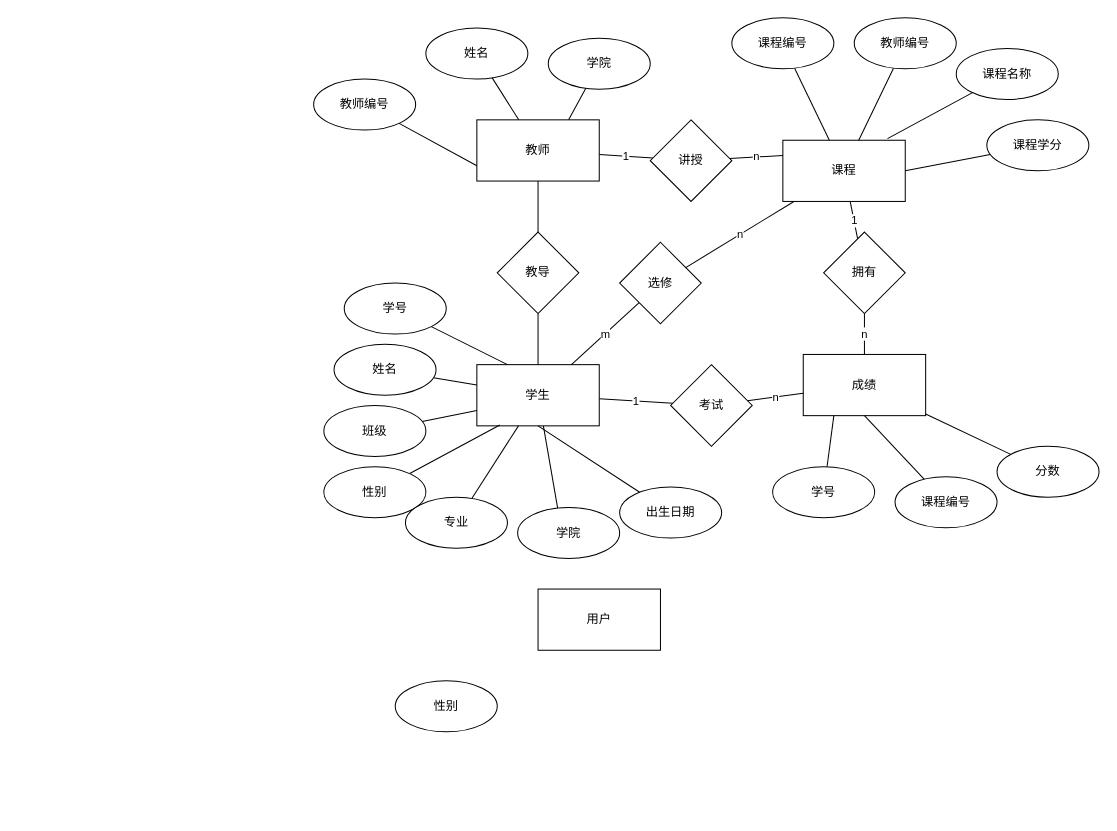
This is page "第 2 页" (2 of 5) of Untitled Diagram.drawio from liushili0319/sms-ssm, a draw.io file, before an edit. Source tidied: cells renumbered, new cells numbered last; positions are measured from the earlier drawing's top-left corner, leaving out a move shared by most shapes. Both pictures are drawn from the tidied source at 102%, with x=0, y=0 at pixel (313, 17).
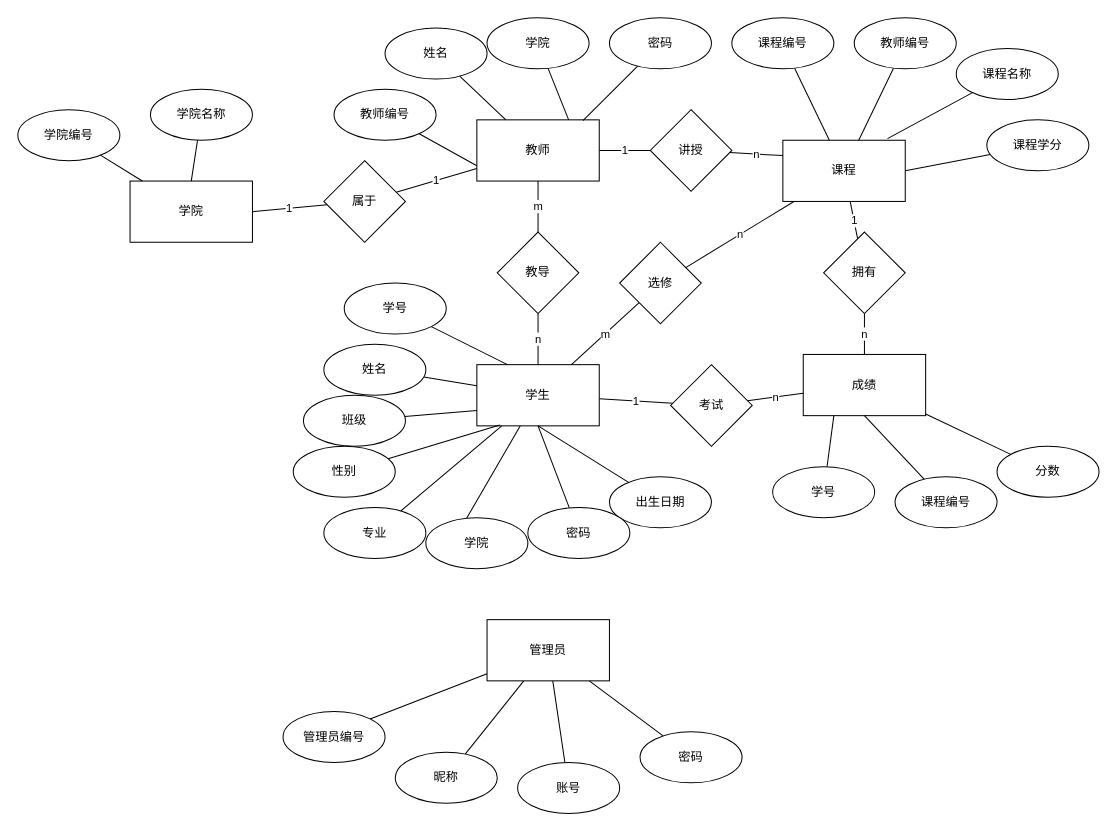
The same page after the edit.

The change refers to these unchanged cells:
```xml
<mxCell id="4" value="教师" style="rounded=0;whiteSpace=wrap;html=1;" parent="1" vertex="1">
  <mxGeometry x="160" y="100" width="120" height="60" as="geometry" />
</mxCell>
<mxCell id="10" value="学生" style="rounded=0;whiteSpace=wrap;html=1;" parent="1" vertex="1">
  <mxGeometry x="160" y="340" width="120" height="60" as="geometry" />
</mxCell>
<mxCell id="51" value="教导" style="rhombus;whiteSpace=wrap;html=1;" parent="1" vertex="1">
  <mxGeometry x="180" y="210" width="80" height="80" as="geometry" />
</mxCell>
```

The edit, as a diff of the source:
```diff
@@
-    <mxCell id="3" style="edgeStyle=none;rounded=0;jettySize=auto;html=1;entryX=0.5;entryY=0;entryDx=0;entryDy=0;endArrow=none;endFill=0;" parent="1" edge="1" source="4" target="51">
+    <mxCell id="3" value="m" style="edgeStyle=none;rounded=0;jettySize=auto;html=1;entryX=0.5;entryY=0;entryDx=0;entryDy=0;endArrow=none;endFill=0;" parent="1" edge="1" source="4" target="51">
       <mxGeometry relative="1" as="geometry" />
     </mxCell>
@@
+    <mxCell id="57" style="edgeStyle=none;rounded=0;jettySize=auto;html=1;entryX=1;entryY=0;entryDx=0;entryDy=0;endArrow=none;endFill=0;" parent="1" edge="1" source="12" target="45">
+      <mxGeometry relative="1" as="geometry" />
+    </mxCell>
+    <mxCell id="58" style="edgeStyle=none;rounded=0;jettySize=auto;html=1;endArrow=none;endFill=0;" parent="1" edge="1" source="12" target="63">
+      <mxGeometry relative="1" as="geometry" />
+    </mxCell>
+    <mxCell id="59" style="edgeStyle=none;rounded=0;jettySize=auto;html=1;endArrow=none;endFill=0;" parent="1" edge="1" source="12" target="61">
+      <mxGeometry relative="1" as="geometry" />
+    </mxCell>
+    <mxCell id="60" style="edgeStyle=none;rounded=0;jettySize=auto;html=1;entryX=0.226;entryY=0.08;entryDx=0;entryDy=0;entryPerimeter=0;endArrow=none;endFill=0;" parent="1" edge="1" source="12" target="62">
+      <mxGeometry relative="1" as="geometry" />
+    </mxCell>
-    <mxCell id="12" value="用户" style="rounded=0;whiteSpace=wrap;html=1;" parent="1" vertex="1">
-      <mxGeometry x="220" y="560" width="120" height="60" as="geometry" />
+    <mxCell id="12" value="管理员" style="rounded=0;whiteSpace=wrap;html=1;" parent="1" vertex="1">
+      <mxGeometry x="170" y="590" width="120" height="60" as="geometry" />
     </mxCell>
@@
     <mxCell id="14" value="教师编号" style="ellipse;whiteSpace=wrap;html=1;" parent="1" vertex="1">
-      <mxGeometry y="60" width="100" height="50" as="geometry" />
+      <mxGeometry x="20" y="70" width="100" height="50" as="geometry" />
     </mxCell>
@@
     <mxCell id="16" value="姓名" style="ellipse;whiteSpace=wrap;html=1;" parent="1" vertex="1">
-      <mxGeometry x="110" y="10" width="100" height="50" as="geometry" />
+      <mxGeometry x="70" y="10" width="100" height="50" as="geometry" />
     </mxCell>
@@
     <mxCell id="18" value="学院" style="ellipse;whiteSpace=wrap;html=1;" parent="1" vertex="1">
-      <mxGeometry x="230" y="20" width="100" height="50" as="geometry" />
+      <mxGeometry x="170" width="100" height="50" as="geometry" />
     </mxCell>
@@
     <mxCell id="30" value="姓名" style="ellipse;whiteSpace=wrap;html=1;" parent="1" vertex="1">
-      <mxGeometry x="20" y="320" width="100" height="50" as="geometry" />
+      <mxGeometry x="10" y="320" width="100" height="50" as="geometry" />
     </mxCell>
@@
     <mxCell id="32" value="班级" style="ellipse;whiteSpace=wrap;html=1;" parent="1" vertex="1">
-      <mxGeometry x="10" y="380" width="100" height="50" as="geometry" />
+      <mxGeometry x="-10" y="370" width="100" height="50" as="geometry" />
     </mxCell>
@@
     <mxCell id="34" value="性别" style="ellipse;whiteSpace=wrap;html=1;" parent="1" vertex="1">
-      <mxGeometry x="10" y="440" width="100" height="50" as="geometry" />
+      <mxGeometry x="-20" y="420" width="100" height="50" as="geometry" />
     </mxCell>
@@
     <mxCell id="36" value="专业" style="ellipse;whiteSpace=wrap;html=1;" parent="1" vertex="1">
-      <mxGeometry x="90" y="470" width="100" height="50" as="geometry" />
+      <mxGeometry x="10" y="480" width="100" height="50" as="geometry" />
     </mxCell>
@@
     <mxCell id="38" value="出生日期" style="ellipse;whiteSpace=wrap;html=1;" parent="1" vertex="1">
-      <mxGeometry x="300" y="460" width="100" height="50" as="geometry" />
+      <mxGeometry x="290" y="450" width="100" height="50" as="geometry" />
     </mxCell>
@@
-    <mxCell id="45" value="性别" style="ellipse;whiteSpace=wrap;html=1;" parent="1" vertex="1">
-      <mxGeometry x="80" y="650" width="100" height="50" as="geometry" />
+    <mxCell id="45" value="管理员编号" style="ellipse;whiteSpace=wrap;html=1;" parent="1" vertex="1">
+      <mxGeometry x="-30" y="680" width="100" height="50" as="geometry" />
     </mxCell>
@@
     <mxCell id="47" value="讲授" style="rhombus;whiteSpace=wrap;html=1;" parent="1" vertex="1">
-      <mxGeometry x="330" y="100" width="80" height="80" as="geometry" />
+      <mxGeometry x="330" y="90" width="80" height="80" as="geometry" />
     </mxCell>
@@
-    <mxCell id="50" style="edgeStyle=none;rounded=0;jettySize=auto;html=1;entryX=0.5;entryY=0;entryDx=0;entryDy=0;endArrow=none;endFill=0;" parent="1" edge="1" source="51" target="10">
+    <mxCell id="50" value="n" style="edgeStyle=none;rounded=0;jettySize=auto;html=1;entryX=0.5;entryY=0;entryDx=0;entryDy=0;endArrow=none;endFill=0;" parent="1" edge="1" source="51" target="10">
       <mxGeometry relative="1" as="geometry" />
     </mxCell>
@@
     <mxCell id="56" value="学院" style="ellipse;whiteSpace=wrap;html=1;" parent="1" vertex="1">
-      <mxGeometry x="200" y="480" width="100" height="50" as="geometry" />
+      <mxGeometry x="110" y="490" width="100" height="50" as="geometry" />
     </mxCell>
+    <mxCell id="61" value="账号" style="ellipse;whiteSpace=wrap;html=1;" parent="1" vertex="1">
+      <mxGeometry x="200" y="730" width="100" height="50" as="geometry" />
+    </mxCell>
+    <mxCell id="62" value="密码" style="ellipse;whiteSpace=wrap;html=1;" parent="1" vertex="1">
+      <mxGeometry x="320" y="700" width="100" height="50" as="geometry" />
+    </mxCell>
+    <mxCell id="63" value="昵称" style="ellipse;whiteSpace=wrap;html=1;" parent="1" vertex="1">
+      <mxGeometry x="80" y="720" width="100" height="50" as="geometry" />
+    </mxCell>
+    <mxCell id="64" value="学院" style="rounded=0;whiteSpace=wrap;html=1;" parent="1" vertex="1">
+      <mxGeometry x="-180" y="160" width="120" height="60" as="geometry" />
+    </mxCell>
+    <mxCell id="65" style="edgeStyle=none;rounded=0;jettySize=auto;html=1;endArrow=none;endFill=0;" parent="1" edge="1" source="66" target="64">
+      <mxGeometry relative="1" as="geometry" />
+    </mxCell>
+    <mxCell id="66" value="学院编号" style="ellipse;whiteSpace=wrap;html=1;" parent="1" vertex="1">
+      <mxGeometry x="-290" y="90" width="100" height="50" as="geometry" />
+    </mxCell>
+    <mxCell id="67" style="edgeStyle=none;rounded=0;jettySize=auto;html=1;entryX=0.5;entryY=0;entryDx=0;entryDy=0;endArrow=none;endFill=0;" parent="1" edge="1" source="68" target="64">
+      <mxGeometry relative="1" as="geometry" />
+    </mxCell>
+    <mxCell id="68" value="学院名称" style="ellipse;whiteSpace=wrap;html=1;" parent="1" vertex="1">
+      <mxGeometry x="-160" y="70" width="100" height="50" as="geometry" />
+    </mxCell>
+    <mxCell id="69" value="1" style="edgeStyle=none;rounded=0;jettySize=auto;html=1;endArrow=none;endFill=0;" parent="1" edge="1" source="71" target="4">
+      <mxGeometry relative="1" as="geometry" />
+    </mxCell>
+    <mxCell id="70" value="1" style="edgeStyle=none;rounded=0;jettySize=auto;html=1;entryX=1;entryY=0.5;entryDx=0;entryDy=0;endArrow=none;endFill=0;" parent="1" edge="1" source="71" target="64">
+      <mxGeometry relative="1" as="geometry" />
+    </mxCell>
+    <mxCell id="71" value="属于" style="rhombus;whiteSpace=wrap;html=1;" parent="1" vertex="1">
+      <mxGeometry x="10" y="140" width="80" height="80" as="geometry" />
+    </mxCell>
+    <mxCell id="72" style="edgeStyle=none;rounded=0;jettySize=auto;html=1;entryX=0.867;entryY=0.013;entryDx=0;entryDy=0;entryPerimeter=0;endArrow=none;endFill=0;" parent="1" edge="1" source="73" target="4">
+      <mxGeometry relative="1" as="geometry" />
+    </mxCell>
+    <mxCell id="73" value="密码" style="ellipse;whiteSpace=wrap;html=1;" parent="1" vertex="1">
+      <mxGeometry x="290" width="100" height="50" as="geometry" />
+    </mxCell>
+    <mxCell id="74" style="edgeStyle=none;rounded=0;jettySize=auto;html=1;endArrow=none;endFill=0;" parent="1" edge="1" source="75">
+      <mxGeometry relative="1" as="geometry">
+        <mxPoint x="220" y="400" as="targetPoint" />
+      </mxGeometry>
+    </mxCell>
+    <mxCell id="75" value="密码" style="ellipse;whiteSpace=wrap;html=1;" parent="1" vertex="1">
+      <mxGeometry x="210" y="480" width="100" height="50" as="geometry" />
+    </mxCell>
```
